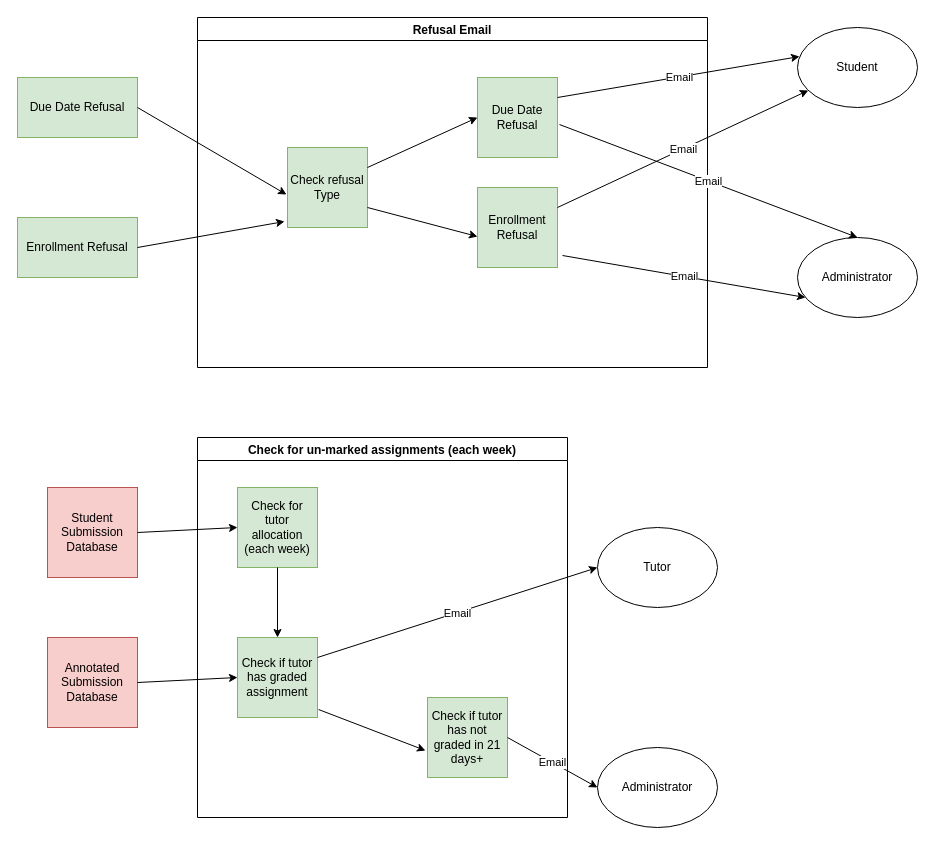
The draw.io diagram page "Level 2" (3 of 6) of Unit2Question2.drawio in logankilpatrick/OxfordUnit2, before the edit. Source tidied: cells renumbered, new cells numbered last; positions are measured from the earlier drawing's top-left corner, leaving out a move shared by most shapes. Both pictures are drawn from the tidied source at 100%, with x=0, y=0 at pixel (17, 17).
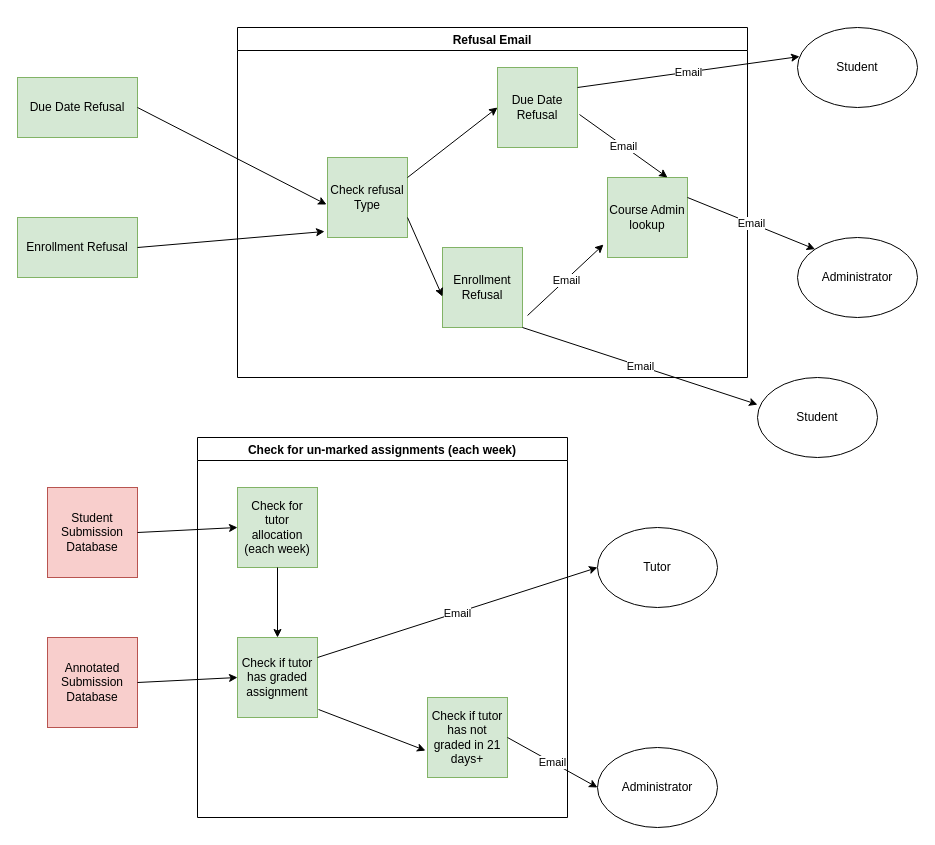
The same page after the edit.

The change refers to these unchanged cells:
```xml
<mxCell id="12" value="Student" style="ellipse;whiteSpace=wrap;html=1;" parent="1" vertex="1">
  <mxGeometry x="780" y="10" width="120" height="80" as="geometry" />
</mxCell>
<mxCell id="13" value="Administrator" style="ellipse;whiteSpace=wrap;html=1;" parent="1" vertex="1">
  <mxGeometry x="780" y="220" width="120" height="80" as="geometry" />
</mxCell>
```

Diff of the diagram source:
```diff
@@
     <mxCell id="2" value="Refusal Email" style="swimlane;" parent="1" vertex="1">
-      <mxGeometry x="180" width="510" height="350" as="geometry" />
+      <mxGeometry x="220" y="10" width="510" height="350" as="geometry" />
     </mxCell>
@@
     <mxCell id="4" value="Due Date Refusal" style="whiteSpace=wrap;html=1;fillColor=#d5e8d4;strokeColor=#82b366;" parent="2" vertex="1">
-      <mxGeometry x="280" y="60" width="80" height="80" as="geometry" />
+      <mxGeometry x="260" y="40" width="80" height="80" as="geometry" />
     </mxCell>
@@
     <mxCell id="6" value="Enrollment Refusal" style="whiteSpace=wrap;html=1;fillColor=#d5e8d4;strokeColor=#82b366;" parent="2" vertex="1">
-      <mxGeometry x="280" y="170" width="80" height="80" as="geometry" />
+      <mxGeometry x="205" y="220" width="80" height="80" as="geometry" />
     </mxCell>
@@
+    <mxCell id="38" value="Course Admin lookup" style="whiteSpace=wrap;html=1;fillColor=#d5e8d4;strokeColor=#82b366;" parent="2" vertex="1">
+      <mxGeometry x="370" y="150" width="80" height="80" as="geometry" />
+    </mxCell>
+    <mxCell id="16" style="endArrow=classic;html=1;entryX=0.75;entryY=0;entryDx=0;entryDy=0;exitX=1.025;exitY=0.588;exitDx=0;exitDy=0;exitPerimeter=0;" parent="2" edge="1" source="4" target="38">
+      <mxGeometry relative="1" as="geometry" />
+    </mxCell>
+    <mxCell id="17" value="Email" style="edgeLabel;html=1;align=center;verticalAlign=middle;" parent="16" vertex="1">
+      <mxGeometry relative="1" as="geometry" />
+    </mxCell>
+    <mxCell id="20" style="endArrow=classic;html=1;entryX=-0.05;entryY=0.838;entryDx=0;entryDy=0;exitX=1.063;exitY=0.85;exitDx=0;exitDy=0;exitPerimeter=0;entryPerimeter=0;" parent="2" edge="1" source="6" target="38">
+      <mxGeometry relative="1" as="geometry" />
+    </mxCell>
+    <mxCell id="21" value="Email" style="edgeLabel;html=1;align=center;verticalAlign=middle;" parent="20" vertex="1">
+      <mxGeometry relative="1" as="geometry" />
+    </mxCell>
@@
-    <mxCell id="16" style="endArrow=classic;html=1;entryX=0.5;entryY=0;entryDx=0;entryDy=0;exitX=1.025;exitY=0.588;exitDx=0;exitDy=0;exitPerimeter=0;" parent="1" edge="1" source="4" target="13">
-      <mxGeometry relative="1" as="geometry" />
-    </mxCell>
-    <mxCell id="17" value="Email" style="edgeLabel;html=1;align=center;verticalAlign=middle;" parent="16" vertex="1">
-      <mxGeometry relative="1" as="geometry" />
-    </mxCell>
-    <mxCell id="18" style="endArrow=classic;html=1;exitX=1;exitY=0.25;exitDx=0;exitDy=0;" parent="1" edge="1" source="6" target="12">
-      <mxGeometry relative="1" as="geometry" />
-    </mxCell>
-    <mxCell id="19" value="Email" style="edgeLabel;html=1;align=center;verticalAlign=middle;" parent="18" vertex="1">
-      <mxGeometry relative="1" as="geometry" />
-    </mxCell>
-    <mxCell id="20" style="endArrow=classic;html=1;entryX=0.067;entryY=0.75;entryDx=0;entryDy=0;exitX=1.063;exitY=0.85;exitDx=0;exitDy=0;exitPerimeter=0;entryPerimeter=0;" parent="1" edge="1" source="6" target="13">
-      <mxGeometry relative="1" as="geometry" />
-    </mxCell>
-    <mxCell id="21" value="Email" style="edgeLabel;html=1;align=center;verticalAlign=middle;" parent="20" vertex="1">
-      <mxGeometry relative="1" as="geometry" />
-    </mxCell>
@@
+    <mxCell id="39" style="endArrow=classic;html=1;exitX=1;exitY=0.25;exitDx=0;exitDy=0;entryX=0;entryY=0;entryDx=0;entryDy=0;" parent="1" edge="1" source="38" target="13">
+      <mxGeometry relative="1" as="geometry" />
+    </mxCell>
+    <mxCell id="40" value="Email" style="edgeLabel;html=1;align=center;verticalAlign=middle;" parent="39" vertex="1">
+      <mxGeometry relative="1" as="geometry" />
+    </mxCell>
+    <mxCell id="41" value="Student" style="ellipse;whiteSpace=wrap;html=1;" parent="1" vertex="1">
+      <mxGeometry x="740" y="360" width="120" height="80" as="geometry" />
+    </mxCell>
+    <mxCell id="42" style="endArrow=classic;html=1;exitX=1;exitY=1;exitDx=0;exitDy=0;entryX=0;entryY=0.338;entryDx=0;entryDy=0;entryPerimeter=0;" parent="1" edge="1" source="6" target="41">
+      <mxGeometry relative="1" as="geometry" />
+    </mxCell>
+    <mxCell id="43" value="Email" style="edgeLabel;html=1;align=center;verticalAlign=middle;" parent="42" vertex="1">
+      <mxGeometry relative="1" as="geometry" />
+    </mxCell>
```
